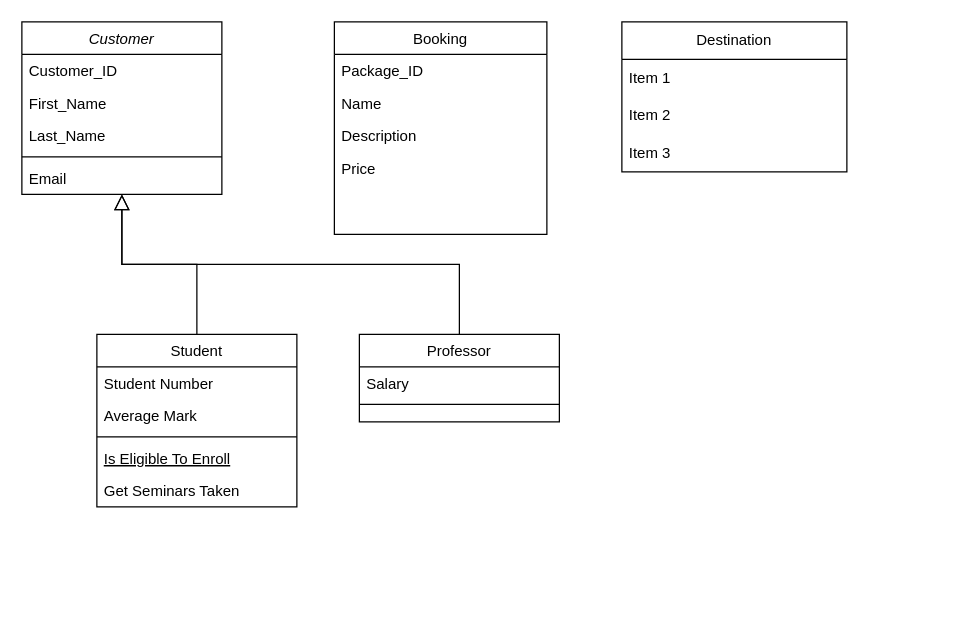
Sherzodbek1717/WIUT keeps this draw.io diagram as UML CLASS.drawio. Above is the earlier version. Source tidied: cells renumbered, new cells numbered last; positions are measured from the earlier drawing's top-left corner, leaving out a move shared by most shapes. Both pictures are drawn from the tidied source at 125%, with x=0, y=0 at pixel (21, 21).
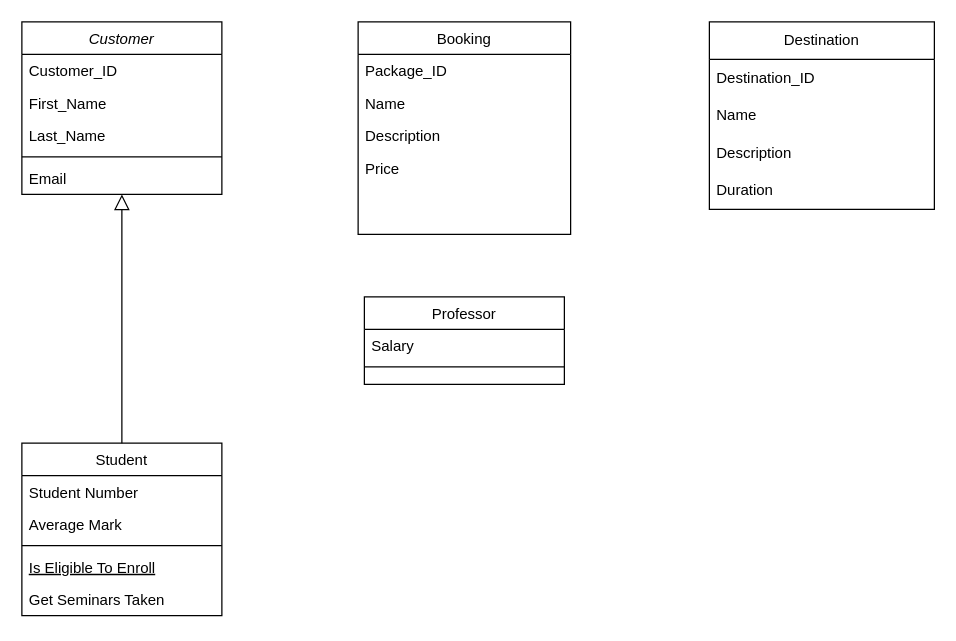
Above is the later version.

The change refers to these unchanged cells:
```xml
<mxCell id="2" value="Customer" style="swimlane;fontStyle=2;align=center;verticalAlign=top;horizontal=1;startSize=26;rounded=0;shadow=0;strokeWidth=1;" parent="1" vertex="1">
  <mxGeometry width="160" height="138" as="geometry" />
</mxCell>
```

The edit, as a diff of the source:
```diff
@@
     <mxCell id="8" value="Student" style="swimlane;fontStyle=0;align=center;verticalAlign=top;horizontal=1;startSize=26;rounded=0;shadow=0;strokeWidth=1;" parent="1" vertex="1">
-      <mxGeometry x="60" y="250" width="160" height="138" as="geometry" />
+      <mxGeometry y="337" width="160" height="138" as="geometry" />
     </mxCell>
@@
     <mxCell id="15" value="Professor" style="swimlane;fontStyle=0;align=center;verticalAlign=top;horizontal=1;startSize=26;rounded=0;shadow=0;strokeWidth=1;" parent="1" vertex="1">
-      <mxGeometry x="270" y="250" width="160" height="70" as="geometry" />
+      <mxGeometry x="274" y="220" width="160" height="70" as="geometry" />
     </mxCell>
@@
-    <mxCell id="18" style="endArrow=block;endSize=10;endFill=0;shadow=0;strokeWidth=1;rounded=0;edgeStyle=elbowEdgeStyle;elbow=vertical;" parent="1" edge="1" source="15" target="2">
-      <mxGeometry relative="1" as="geometry" />
-    </mxCell>
     <mxCell id="19" value="Booking" style="swimlane;fontStyle=0;align=center;verticalAlign=top;horizontal=1;startSize=26;rounded=0;shadow=0;strokeWidth=1;" parent="1" vertex="1">
-      <mxGeometry x="250" width="170" height="170" as="geometry" />
+      <mxGeometry x="269" width="170" height="170" as="geometry" />
     </mxCell>
@@
     <mxCell id="24" value="Destination" style="swimlane;fontStyle=0;horizontal=1;startSize=30;whiteSpace=wrap;html=1;" parent="1" vertex="1">
-      <mxGeometry x="480" width="180" height="120" as="geometry" />
+      <mxGeometry x="550" width="180" height="150" as="geometry" />
     </mxCell>
-    <mxCell id="25" value="Item 1" style="text;strokeColor=none;fillColor=none;align=left;verticalAlign=middle;spacingLeft=4;spacingRight=4;overflow=hidden;whiteSpace=wrap;html=1;" parent="24" vertex="1">
+    <mxCell id="25" value="Destination_ID" style="text;strokeColor=none;fillColor=none;align=left;verticalAlign=middle;spacingLeft=4;spacingRight=4;overflow=hidden;whiteSpace=wrap;html=1;" parent="24" vertex="1">
       <mxGeometry y="30" width="180" height="30" as="geometry" />
     </mxCell>
-    <mxCell id="26" value="Item 2" style="text;strokeColor=none;fillColor=none;align=left;verticalAlign=middle;spacingLeft=4;spacingRight=4;overflow=hidden;whiteSpace=wrap;html=1;" parent="24" vertex="1">
+    <mxCell id="26" value="Name" style="text;strokeColor=none;fillColor=none;align=left;verticalAlign=middle;spacingLeft=4;spacingRight=4;overflow=hidden;whiteSpace=wrap;html=1;" parent="24" vertex="1">
       <mxGeometry y="60" width="180" height="30" as="geometry" />
     </mxCell>
-    <mxCell id="27" value="Item 3" style="text;strokeColor=none;fillColor=none;align=left;verticalAlign=middle;spacingLeft=4;spacingRight=4;overflow=hidden;whiteSpace=wrap;html=1;" parent="24" vertex="1">
+    <mxCell id="27" value="Description" style="text;strokeColor=none;fillColor=none;align=left;verticalAlign=middle;spacingLeft=4;spacingRight=4;overflow=hidden;whiteSpace=wrap;html=1;" parent="24" vertex="1">
       <mxGeometry y="90" width="180" height="30" as="geometry" />
     </mxCell>
+    <mxCell id="28" value="Duration" style="text;strokeColor=none;fillColor=none;align=left;verticalAlign=middle;spacingLeft=4;spacingRight=4;overflow=hidden;whiteSpace=wrap;html=1;" parent="24" vertex="1">
+      <mxGeometry y="120" width="180" height="30" as="geometry" />
+    </mxCell>
```
